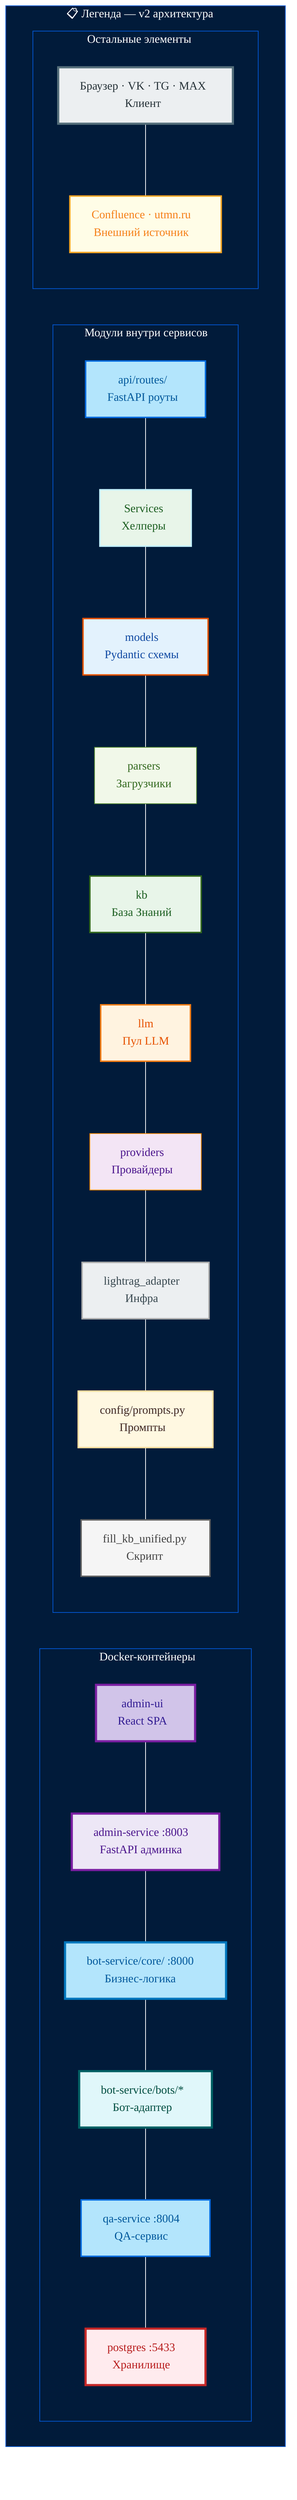
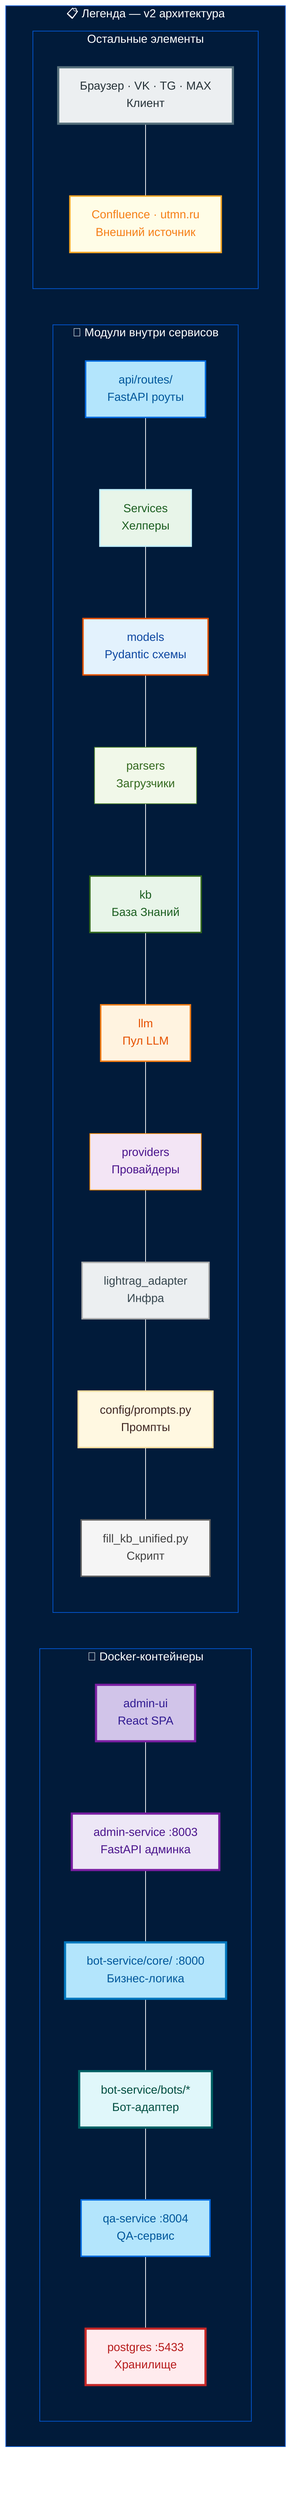
%%{
  init: {
    'theme': 'base',
    'themeVariables': {
      'background': '#011B3A',
      'primaryColor': '#032B50',
      'primaryTextColor': '#FFFFFF',
      'primaryBorderColor': '#046CE0',
      'lineColor': '#FFFFFF',
      'secondaryColor': '#021E39',
      'tertiaryColor': '#021E39',
      'clusterBkg': '#011B3A',
      'clusterBorder': '#0357D2',
      'nodeBorder': '#046CE0',
      'nodeTextColor': '#FFFFFF',
-       'titleColor': '#FFFFFF',
-       'fontFamily': 'Aptos, sans-serif'
+       'titleColor': '#FFFFFF'
    },
    'flowchart': {
      'htmlLabels': true,
      'curve': 'basis'
    }
  }
}%%

flowchart TB

  classDef admin fill:#EDE7F6,stroke:#7B1FA2,stroke-width:3px,color:#4A148C
  classDef ui fill:#D1C4E9,stroke:#7B1FA2,stroke-width:3px,color:#311B92
  classDef adapt fill:#E0F7FA,stroke:#006064,stroke-width:3px,color:#004D40
  classDef core fill:#B3E5FC,stroke:#0277BD,stroke-width:3px,color:#01579B
  classDef services fill:#E8F5E9,stroke:#C4F1FB,stroke-width:2px,color:#1B5E20
  classDef api fill:#B3E5FC,stroke:#046CE0,stroke-width:2px,color:#01579B
  classDef models fill:#E3F2FD,stroke:#E65100,stroke-width:2px,color:#0D47A1
  classDef parser fill:#F1F8E9,stroke:#558B2F,stroke-width:1px,color:#33691E
  classDef kb fill:#E8F5E9,stroke:#33691E,stroke-width:2px,color:#1B5E20
  classDef llm fill:#FFF3E0,stroke:#F57F17,stroke-width:2px,color:#E65100
  classDef provider fill:#F3E5F5,stroke:#FF8F00,stroke-width:1px,color:#4A148C
  classDef infra fill:#ECEFF1,stroke:#AAAAAA,stroke-width:2px,color:#37474F
  classDef prompt fill:#FFF8E1,stroke:#FFDE9F,stroke-width:2px,color:#3E2723
  classDef script fill:#F5F5F5,stroke:#616161,stroke-width:2px,color:#424242
  classDef external fill:#FFFDE7,stroke:#F9A825,stroke-width:2px,color:#F57F17
  classDef client fill:#ECEFF1,stroke:#546E7A,stroke-width:3px,color:#263238
  classDef storage fill:#FFEBEE,stroke:#C62828,stroke-width:3px,color:#B71C1C

  subgraph Legend["📋 Легенда — v2 архитектура"]

    subgraph Docker["🐳 Docker-контейнеры"]
      L1["admin-ui<br/>React SPA"]:::ui
      L2["admin-service :8003<br/>FastAPI админка"]:::admin
      L3["bot-service/core/ :8000<br/>Бизнес-логика"]:::core
      L4["bot-service/bots/*<br/>Бот-адаптер"]:::adapt
      L5["qa-service :8004<br/>QA-сервис"]:::api
      L6["postgres :5433<br/>Хранилище"]:::storage
      L1 --- L2
      L2 --- L3
      L3 --- L4
      L4 --- L5
      L5 --- L6
    end

    subgraph Modules["🧩 Модули внутри сервисов"]
      M1["api/routes/<br/>FastAPI роуты"]:::api
      M2["Services<br/>Хелперы"]:::services
      M3["models<br/>Pydantic схемы"]:::models
      M4["parsers<br/>Загрузчики"]:::parser
      M5["kb<br/>База Знаний"]:::kb
      M6["llm<br/>Пул LLM"]:::llm
      M7["providers<br/>Провайдеры"]:::provider
      M8["lightrag_adapter<br/>Инфра"]:::infra
      M9["config/prompts.py<br/>Промпты"]:::prompt
      M10["fill_kb_unified.py<br/>Скрипт"]:::script
      M1 --- M2
      M2 --- M3
      M3 --- M4
      M4 --- M5
      M5 --- M6
      M6 --- M7
      M7 --- M8
      M8 --- M9
      M9 --- M10
    end

    subgraph Other["Остальные элементы"]
      O1["Браузер · VK · TG · MAX<br/>Клиент"]:::client
      O2["Confluence · utmn.ru<br/>Внешний источник"]:::external
      O1 --- O2
    end

  end
